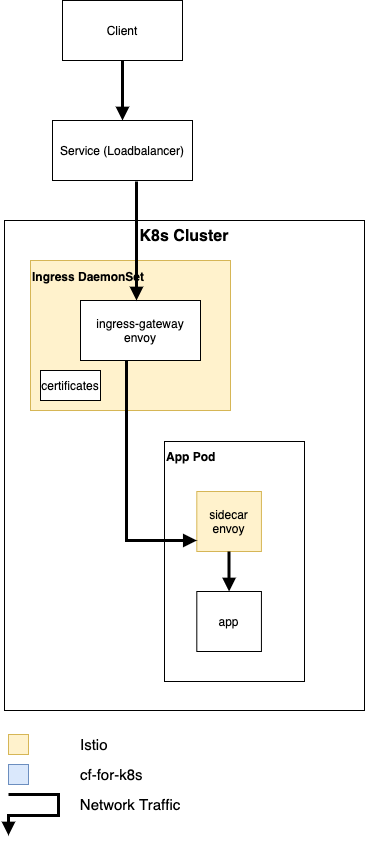
This is doc/PhysicalNetwork.png from akhinos/cf4k8s-networking, a draw.io export, as it was before one commit. Source tidied: cells renumbered, new cells last; positions are measured from the earlier drawing's top-left corner, leaving out a move shared by most shapes. Source of this version:
```xml
<mxGraphModel>
  <root>
    <mxCell id="0" />
    <mxCell id="1" parent="0" />
    <mxCell id="2" value="K8s Cluster" style="rounded=0;whiteSpace=wrap;html=1;fontSize=16;fontStyle=1;verticalAlign=top;" parent="1" vertex="1">
      <mxGeometry y="220" width="360" height="490" as="geometry" />
    </mxCell>
    <mxCell id="3" style="edgeStyle=orthogonalEdgeStyle;rounded=0;jettySize=auto;html=1;exitX=0.5;exitY=1;exitDx=0;exitDy=0;entryX=0.5;entryY=0;entryDx=0;entryDy=0;endArrow=block;endFill=1;strokeWidth=3;" parent="1" edge="1" source="4" target="5">
      <mxGeometry relative="1" as="geometry" />
    </mxCell>
    <mxCell id="4" value="Client" style="rounded=0;whiteSpace=wrap;html=1;" parent="1" vertex="1">
      <mxGeometry x="58" width="120" height="60" as="geometry" />
    </mxCell>
    <mxCell id="5" value="Service (Loadbalancer)" style="rounded=0;whiteSpace=wrap;html=1;" parent="1" vertex="1">
      <mxGeometry x="48" y="120" width="140" height="60" as="geometry" />
    </mxCell>
    <mxCell id="6" style="group;align=left;" parent="1" vertex="1">
      <mxGeometry x="160" y="441" width="140" height="240" as="geometry" />
    </mxCell>
    <mxCell id="7" value="&lt;font style=&quot;font-size: 12px&quot;&gt;App Pod&lt;/font&gt;" style="rounded=0;whiteSpace=wrap;html=1;verticalAlign=top;fontSize=14;fontStyle=1;align=left;" parent="6" vertex="1">
      <mxGeometry width="140" height="240" as="geometry" />
    </mxCell>
    <mxCell id="8" value="sidecar&lt;br&gt;envoy" style="rounded=0;whiteSpace=wrap;html=1;fillColor=#fff2cc;strokeColor=#d6b656;" parent="6" vertex="1">
      <mxGeometry x="32.3" y="50" width="64.6" height="60" as="geometry" />
    </mxCell>
    <mxCell id="9" value="app" style="rounded=0;whiteSpace=wrap;html=1;" parent="6" vertex="1">
      <mxGeometry x="32.3" y="150" width="64.6" height="60" as="geometry" />
    </mxCell>
    <mxCell id="10" style="edgeStyle=orthogonalEdgeStyle;rounded=0;jettySize=auto;html=1;exitX=0.5;exitY=1;exitDx=0;exitDy=0;strokeWidth=3;endFill=1;endArrow=block;" parent="6" edge="1" source="8" target="9">
      <mxGeometry relative="1" as="geometry" />
    </mxCell>
    <mxCell id="11" style="group;fillColor=#fff2cc;strokeColor=#d6b656;" parent="1" vertex="1">
      <mxGeometry x="26" y="260" width="200" height="150" as="geometry" />
    </mxCell>
    <mxCell id="12" value="&lt;font style=&quot;font-size: 12px&quot;&gt;Ingress DaemonSet&lt;/font&gt;" style="rounded=0;whiteSpace=wrap;html=1;fontSize=15;verticalAlign=top;fontStyle=1;fillColor=#fff2cc;strokeColor=#d6b656;align=left;" parent="11" vertex="1">
      <mxGeometry width="200" height="150" as="geometry" />
    </mxCell>
    <mxCell id="13" value="ingress-gateway&lt;br&gt;envoy" style="rounded=0;whiteSpace=wrap;html=1;" parent="11" vertex="1">
      <mxGeometry x="50" y="40" width="120" height="60" as="geometry" />
    </mxCell>
    <mxCell id="14" value="certificates" style="rounded=0;whiteSpace=wrap;html=1;" parent="11" vertex="1">
      <mxGeometry x="10" y="110" width="60" height="30" as="geometry" />
    </mxCell>
    <mxCell id="15" style="edgeStyle=orthogonalEdgeStyle;rounded=0;jettySize=auto;html=1;strokeWidth=3;endFill=1;endArrow=block;" parent="1" edge="1" target="8">
      <mxGeometry relative="1" as="geometry">
        <mxPoint x="122" y="360" as="sourcePoint" />
        <Array as="points">
          <mxPoint x="122" y="540" />
        </Array>
      </mxGeometry>
    </mxCell>
    <mxCell id="16" style="edgeStyle=orthogonalEdgeStyle;rounded=0;orthogonalLoop=1;jettySize=auto;html=1;strokeWidth=3;endFill=1;endArrow=block;entryX=0.75;entryY=0;entryDx=0;entryDy=0;" parent="1" edge="1">
      <mxGeometry relative="1" as="geometry">
        <mxPoint x="132" y="181" as="sourcePoint" />
        <mxPoint x="132" y="300" as="targetPoint" />
        <Array as="points">
          <mxPoint x="132" y="181" />
        </Array>
      </mxGeometry>
    </mxCell>
    <mxCell id="17" style="group;" parent="1" vertex="1">
      <mxGeometry x="4" y="734" width="180" height="81" as="geometry" />
    </mxCell>
    <mxCell id="18" style="group;" parent="17" vertex="1">
      <mxGeometry width="70" height="20" as="geometry" />
    </mxCell>
    <mxCell id="19" style="rounded=0;whiteSpace=wrap;html=1;fillColor=#fff2cc;strokeColor=#d6b656;" parent="18" vertex="1">
      <mxGeometry width="20" height="20" as="geometry" />
    </mxCell>
    <mxCell id="20" style="group;" parent="17" vertex="1">
      <mxGeometry y="30" width="110" height="20" as="geometry" />
    </mxCell>
    <mxCell id="21" style="rounded=0;whiteSpace=wrap;html=1;fillColor=#dae8fc;strokeColor=#6c8ebf;" parent="20" vertex="1">
      <mxGeometry width="20" height="20" as="geometry" />
    </mxCell>
    <mxCell id="22" value="cf-for-k8s" style="text;html=1;strokeColor=none;fillColor=none;align=left;verticalAlign=middle;whiteSpace=wrap;rounded=0;labelBackgroundColor=none;fontSize=15;" parent="17" vertex="1">
      <mxGeometry x="70" y="30" width="80" height="20" as="geometry" />
    </mxCell>
    <mxCell id="23" value="Istio" style="text;html=1;strokeColor=none;fillColor=none;align=left;verticalAlign=middle;whiteSpace=wrap;rounded=0;labelBackgroundColor=none;fontSize=15;" parent="17" vertex="1">
      <mxGeometry x="70" width="40" height="20" as="geometry" />
    </mxCell>
    <mxCell id="24" style="group;" parent="17" vertex="1">
      <mxGeometry y="60" width="180" height="21" as="geometry" />
    </mxCell>
    <mxCell id="25" style="edgeStyle=orthogonalEdgeStyle;rounded=0;orthogonalLoop=1;jettySize=auto;html=1;exitX=0.5;exitY=1;exitDx=0;exitDy=0;endArrow=block;endFill=1;strokeWidth=3;" parent="24" edge="1">
      <mxGeometry relative="1" as="geometry">
        <mxPoint as="sourcePoint" />
        <mxPoint y="41" as="targetPoint" />
        <Array as="points">
          <mxPoint x="50" />
          <mxPoint x="50" y="21" />
          <mxPoint y="21" />
        </Array>
      </mxGeometry>
    </mxCell>
    <mxCell id="26" value="Network Traffic" style="text;html=1;strokeColor=none;fillColor=none;align=center;verticalAlign=middle;whiteSpace=wrap;rounded=0;labelBackgroundColor=none;fontSize=15;" parent="24" vertex="1">
      <mxGeometry x="67" width="110" height="20" as="geometry" />
    </mxCell>
  </root>
</mxGraphModel>
```
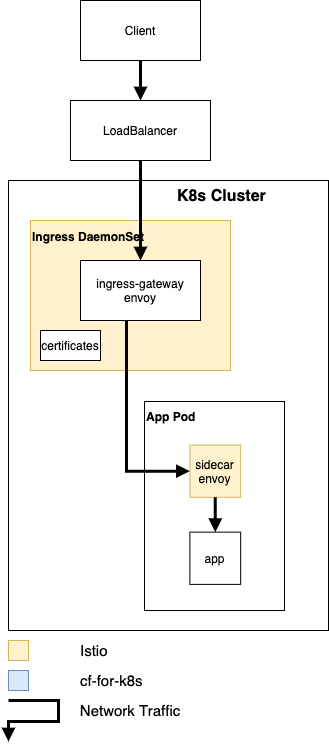
Later version of the same file.

Commit message:
Remove logical network traffic section

What changed in the source:
```diff
@@ -2,29 +2,29 @@
   <root>
     <mxCell id="0" />
     <mxCell id="1" parent="0" />
-    <mxCell id="2" value="K8s Cluster" style="rounded=0;whiteSpace=wrap;html=1;fontSize=16;fontStyle=1;verticalAlign=top;" parent="1" vertex="1">
-      <mxGeometry y="220" width="360" height="490" as="geometry" />
+    <mxCell id="2" value="&amp;nbsp; &amp;nbsp; &amp;nbsp; &amp;nbsp; &amp;nbsp; &amp;nbsp; &amp;nbsp; &amp;nbsp; &amp;nbsp; &amp;nbsp; &amp;nbsp; &amp;nbsp; K8s Cluster" style="rounded=0;whiteSpace=wrap;html=1;fontSize=16;fontStyle=1;verticalAlign=top;" parent="1" vertex="1">
+      <mxGeometry x="4" y="220" width="320" height="450" as="geometry" />
     </mxCell>
     <mxCell id="3" style="edgeStyle=orthogonalEdgeStyle;rounded=0;jettySize=auto;html=1;exitX=0.5;exitY=1;exitDx=0;exitDy=0;entryX=0.5;entryY=0;entryDx=0;entryDy=0;endArrow=block;endFill=1;strokeWidth=3;" parent="1" edge="1" source="4" target="5">
       <mxGeometry relative="1" as="geometry" />
     </mxCell>
     <mxCell id="4" value="Client" style="rounded=0;whiteSpace=wrap;html=1;" parent="1" vertex="1">
-      <mxGeometry x="58" width="120" height="60" as="geometry" />
+      <mxGeometry x="76" y="40" width="120" height="60" as="geometry" />
     </mxCell>
-    <mxCell id="5" value="Service (Loadbalancer)" style="rounded=0;whiteSpace=wrap;html=1;" parent="1" vertex="1">
-      <mxGeometry x="48" y="120" width="140" height="60" as="geometry" />
+    <mxCell id="5" value="LoadBalancer" style="rounded=0;whiteSpace=wrap;html=1;" parent="1" vertex="1">
+      <mxGeometry x="66" y="140" width="140" height="60" as="geometry" />
     </mxCell>
     <mxCell id="6" style="group;align=left;" parent="1" vertex="1">
-      <mxGeometry x="160" y="441" width="140" height="240" as="geometry" />
+      <mxGeometry x="160" y="441" width="120" height="209" as="geometry" />
     </mxCell>
     <mxCell id="7" value="&lt;font style=&quot;font-size: 12px&quot;&gt;App Pod&lt;/font&gt;" style="rounded=0;whiteSpace=wrap;html=1;verticalAlign=top;fontSize=14;fontStyle=1;align=left;" parent="6" vertex="1">
-      <mxGeometry width="140" height="240" as="geometry" />
+      <mxGeometry x="-20" width="140" height="209" as="geometry" />
     </mxCell>
     <mxCell id="8" value="sidecar&lt;br&gt;envoy" style="rounded=0;whiteSpace=wrap;html=1;fillColor=#fff2cc;strokeColor=#d6b656;" parent="6" vertex="1">
-      <mxGeometry x="32.3" y="50" width="64.6" height="60" as="geometry" />
+      <mxGeometry x="25.4" y="43.5" width="50.8" height="52.2" as="geometry" />
     </mxCell>
     <mxCell id="9" value="app" style="rounded=0;whiteSpace=wrap;html=1;" parent="6" vertex="1">
-      <mxGeometry x="32.3" y="150" width="64.6" height="60" as="geometry" />
+      <mxGeometry x="25.4" y="130.6" width="50.8" height="52.2" as="geometry" />
     </mxCell>
     <mxCell id="10" style="edgeStyle=orthogonalEdgeStyle;rounded=0;jettySize=auto;html=1;exitX=0.5;exitY=1;exitDx=0;exitDy=0;strokeWidth=3;endFill=1;endArrow=block;" parent="6" edge="1" source="8" target="9">
       <mxGeometry relative="1" as="geometry" />
@@ -41,25 +41,16 @@
     <mxCell id="14" value="certificates" style="rounded=0;whiteSpace=wrap;html=1;" parent="11" vertex="1">
       <mxGeometry x="10" y="110" width="60" height="30" as="geometry" />
     </mxCell>
-    <mxCell id="15" style="edgeStyle=orthogonalEdgeStyle;rounded=0;jettySize=auto;html=1;strokeWidth=3;endFill=1;endArrow=block;" parent="1" edge="1" target="8">
+    <mxCell id="15" style="edgeStyle=orthogonalEdgeStyle;rounded=0;jettySize=auto;html=1;strokeWidth=3;endFill=1;endArrow=block;entryX=0;entryY=0.5;entryDx=0;entryDy=0;" parent="1" edge="1" target="8">
       <mxGeometry relative="1" as="geometry">
         <mxPoint x="122" y="360" as="sourcePoint" />
         <Array as="points">
-          <mxPoint x="122" y="540" />
+          <mxPoint x="122" y="511" />
         </Array>
       </mxGeometry>
     </mxCell>
-    <mxCell id="16" style="edgeStyle=orthogonalEdgeStyle;rounded=0;orthogonalLoop=1;jettySize=auto;html=1;strokeWidth=3;endFill=1;endArrow=block;entryX=0.75;entryY=0;entryDx=0;entryDy=0;" parent="1" edge="1">
-      <mxGeometry relative="1" as="geometry">
-        <mxPoint x="132" y="181" as="sourcePoint" />
-        <mxPoint x="132" y="300" as="targetPoint" />
-        <Array as="points">
-          <mxPoint x="132" y="181" />
-        </Array>
-      </mxGeometry>
-    </mxCell>
     <mxCell id="17" style="group;" parent="1" vertex="1">
-      <mxGeometry x="4" y="734" width="180" height="81" as="geometry" />
+      <mxGeometry x="4" y="680" width="180" height="81" as="geometry" />
     </mxCell>
     <mxCell id="18" style="group;" parent="17" vertex="1">
       <mxGeometry width="70" height="20" as="geometry" />
@@ -96,5 +87,8 @@
     <mxCell id="26" value="Network Traffic" style="text;html=1;strokeColor=none;fillColor=none;align=center;verticalAlign=middle;whiteSpace=wrap;rounded=0;labelBackgroundColor=none;fontSize=15;" parent="24" vertex="1">
       <mxGeometry x="67" width="110" height="20" as="geometry" />
     </mxCell>
+    <mxCell id="27" style="edgeStyle=orthogonalEdgeStyle;rounded=0;jettySize=auto;html=1;exitX=0.5;exitY=1;exitDx=0;exitDy=0;entryX=0.5;entryY=0;entryDx=0;entryDy=0;endArrow=block;endFill=1;strokeWidth=3;" parent="1" edge="1" source="5" target="13">
+      <mxGeometry relative="1" as="geometry" />
+    </mxCell>
   </root>
 </mxGraphModel>
```
